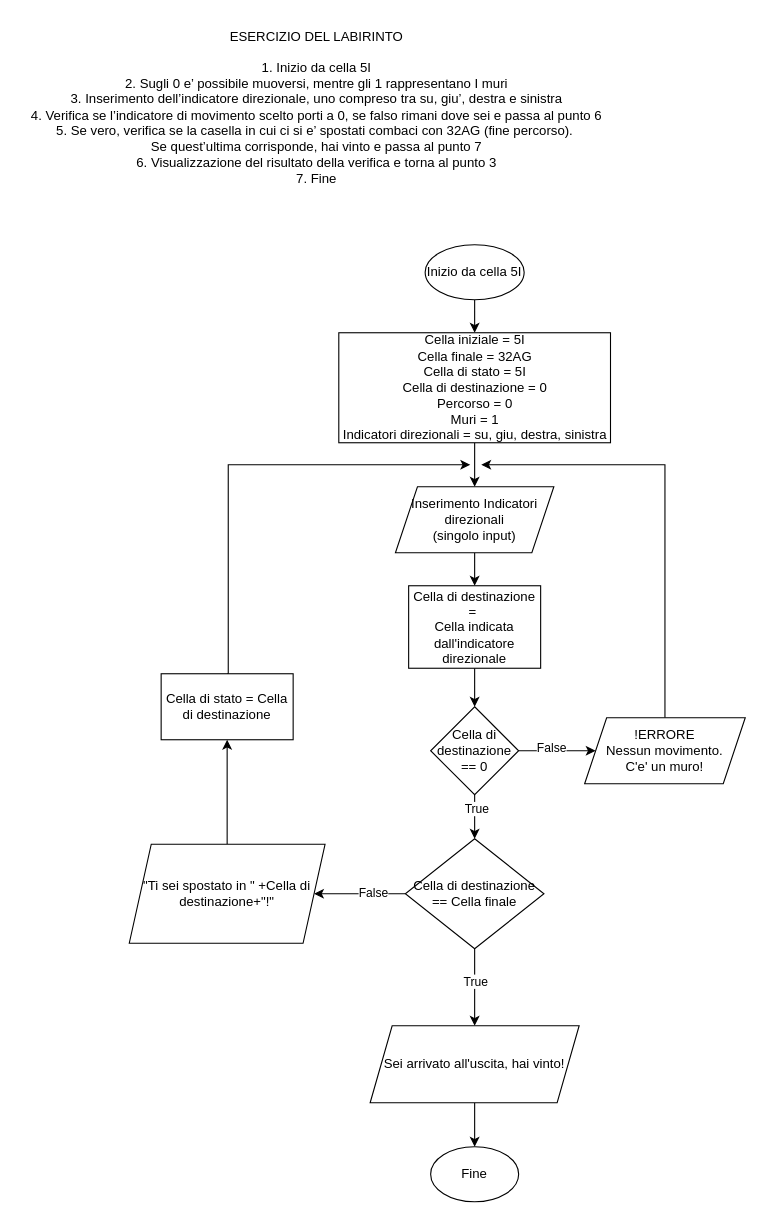
Above: labirinto.drawio in Aislir/BitCamp (draw.io), before the change. Source tidied: cells renumbered, new cells numbered last; positions are measured from the earlier drawing's top-left corner, leaving out a move shared by most shapes. Both pictures are drawn from the tidied source at 110%, with x=0, y=0 at pixel (19, 19).
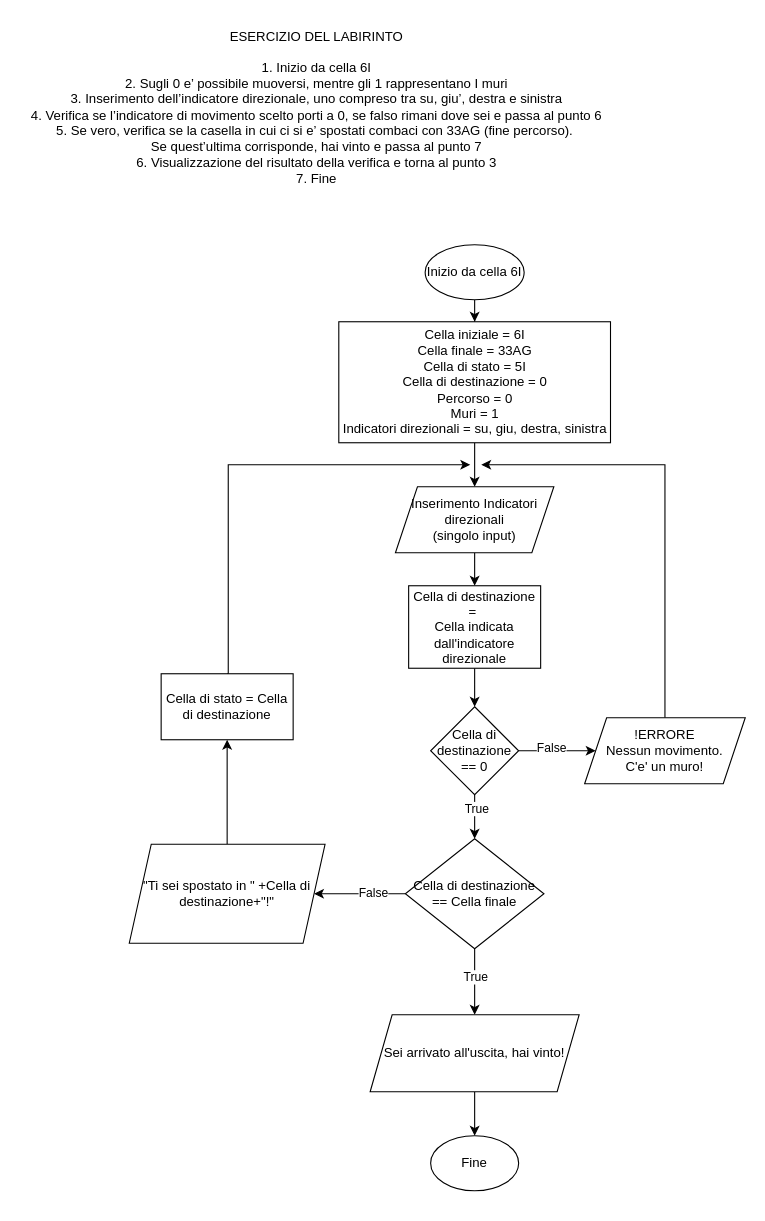
The same diagram, later.

The edit, as a diff of the source:
```diff
@@
-    <mxCell id="2" value="&lt;div&gt;ESERCIZIO DEL LABIRINTO&lt;/div&gt;&lt;div&gt;&lt;br&gt;&lt;/div&gt;1. Inizio da cella 5I&lt;div&gt;2. Sugli 0 e’ possibile muoversi, mentre gli 1 rappresentano I muri&lt;/div&gt;&lt;div&gt;3. Inserimento dell’indicatore direzionale, uno compreso tra su, giu’, destra e sinistra&lt;br&gt;&lt;/div&gt;&lt;div&gt;4. Verifica se l’indicatore di movimento scelto porti a 0, se falso rimani dove sei e passa al punto 6&lt;br&gt;&lt;/div&gt;&lt;div&gt;5. Se vero, verifica se la casella in cui ci si e’ spostati combaci con 32AG (fine percorso).&amp;nbsp;&lt;/div&gt;&lt;div&gt;Se quest’ultima corrisponde, hai vinto e passa al punto 7&lt;br&gt;&lt;/div&gt;&lt;div&gt;6. Visualizzazione del risultato della verifica e torna al punto 3&lt;br&gt;&lt;/div&gt;&lt;div&gt;7. Fine&lt;br&gt;&lt;/div&gt;" style="text;html=1;align=center;verticalAlign=middle;strokeColor=none;fillColor=none;" parent="1" vertex="1">
+    <mxCell id="2" value="&lt;div&gt;ESERCIZIO DEL LABIRINTO&lt;/div&gt;&lt;div&gt;&lt;br&gt;&lt;/div&gt;1. Inizio da cella 6I&lt;div&gt;2. Sugli 0 e’ possibile muoversi, mentre gli 1 rappresentano I muri&lt;/div&gt;&lt;div&gt;3. Inserimento dell’indicatore direzionale, uno compreso tra su, giu’, destra e sinistra&lt;br&gt;&lt;/div&gt;&lt;div&gt;4. Verifica se l’indicatore di movimento scelto porti a 0, se falso rimani dove sei e passa al punto 6&lt;br&gt;&lt;/div&gt;&lt;div&gt;5. Se vero, verifica se la casella in cui ci si e’ spostati combaci con 33AG (fine percorso).&amp;nbsp;&lt;/div&gt;&lt;div&gt;Se quest’ultima corrisponde, hai vinto e passa al punto 7&lt;br&gt;&lt;/div&gt;&lt;div&gt;6. Visualizzazione del risultato della verifica e torna al punto 3&lt;br&gt;&lt;/div&gt;&lt;div&gt;7. Fine&lt;br&gt;&lt;/div&gt;" style="text;html=1;align=center;verticalAlign=middle;strokeColor=none;fillColor=none;" parent="1" vertex="1">
       <mxGeometry width="540" height="160" as="geometry" />
     </mxCell>
@@
-    <mxCell id="4" value="Inizio da cella 5I" style="ellipse;whiteSpace=wrap;html=1;" parent="1" vertex="1">
+    <mxCell id="4" value="Inizio da cella 6I" style="ellipse;whiteSpace=wrap;html=1;" parent="1" vertex="1">
       <mxGeometry x="369" y="205" width="90" height="50" as="geometry" />
     </mxCell>
@@
-    <mxCell id="6" value="Cella iniziale = 5I&lt;div&gt;Cella finale = 32AG&lt;/div&gt;&lt;div&gt;Cella di stato = 5I&lt;/div&gt;&lt;div&gt;Cella di destinazione = 0&lt;/div&gt;&lt;div&gt;Percorso = 0&lt;/div&gt;&lt;div&gt;Muri = 1&lt;/div&gt;&lt;div&gt;Indicatori direzionali = su, giu, destra, sinistra&lt;/div&gt;" style="whiteSpace=wrap;html=1;" parent="1" vertex="1">
-      <mxGeometry x="290.5" y="285" width="247" height="100" as="geometry" />
+    <mxCell id="6" value="Cella iniziale = 6I&lt;div&gt;Cella finale = 33AG&lt;/div&gt;&lt;div&gt;Cella di stato = 5I&lt;/div&gt;&lt;div&gt;Cella di destinazione = 0&lt;/div&gt;&lt;div&gt;Percorso = 0&lt;/div&gt;&lt;div&gt;Muri = 1&lt;/div&gt;&lt;div&gt;Indicatori direzionali = su, giu, destra, sinistra&lt;/div&gt;" style="whiteSpace=wrap;html=1;" parent="1" vertex="1">
+      <mxGeometry x="290.5" y="275" width="247" height="110" as="geometry" />
     </mxCell>
@@
     <mxCell id="24" value="Sei arrivato all'uscita, hai vinto!" style="shape=parallelogram;perimeter=parallelogramPerimeter;whiteSpace=wrap;html=1;fixedSize=1;" parent="1" vertex="1">
-      <mxGeometry x="319" y="915" width="190" height="70" as="geometry" />
+      <mxGeometry x="319" y="905" width="190" height="70" as="geometry" />
     </mxCell>
     <mxCell id="25" value="Fine" style="ellipse;whiteSpace=wrap;html=1;" parent="1" vertex="1">
-      <mxGeometry x="374" y="1025" width="80" height="50" as="geometry" />
+      <mxGeometry x="374" y="1015" width="80" height="50" as="geometry" />
     </mxCell>
```
